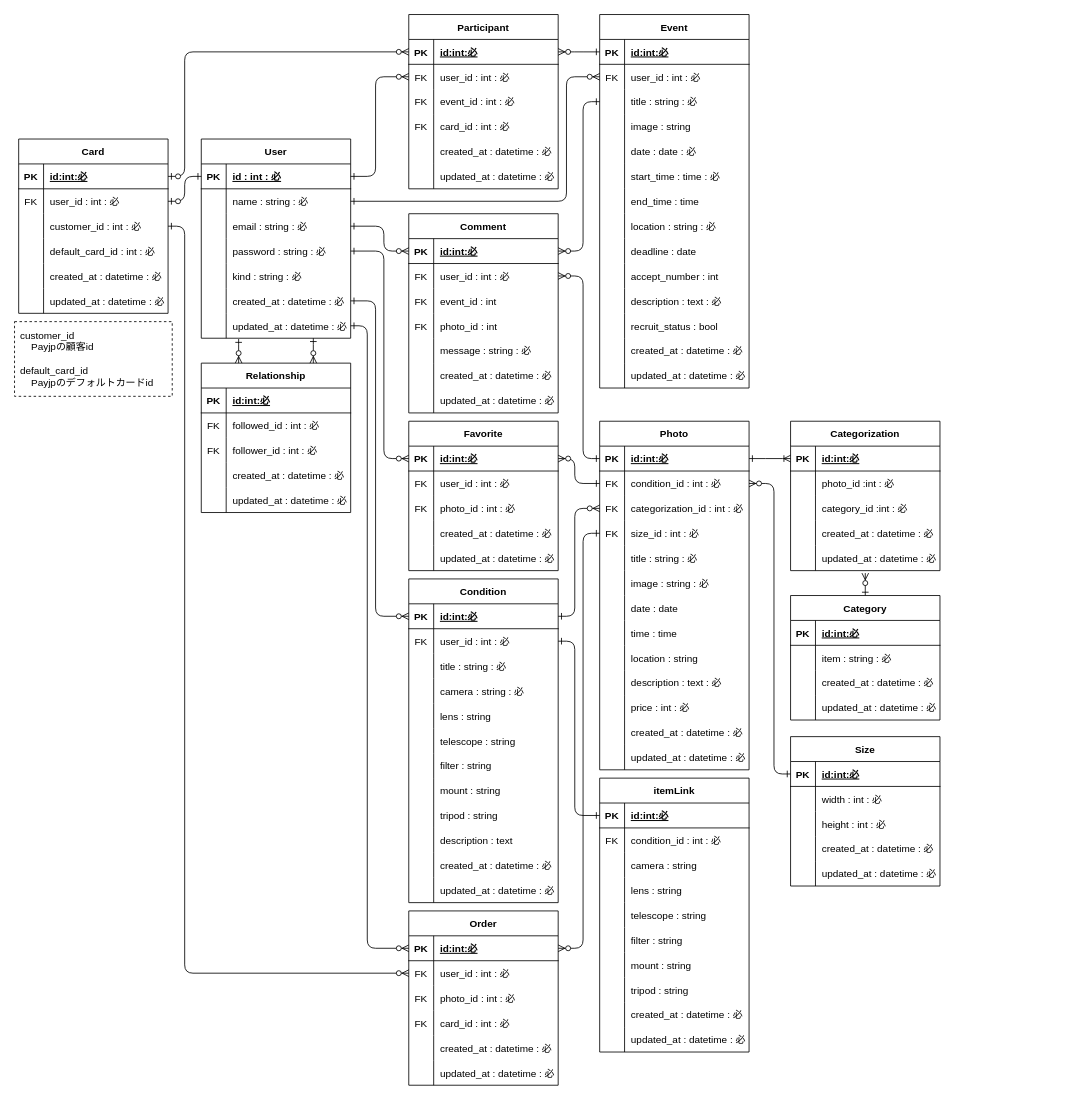
Earlier version of the draw.io diagram outline/ERchart.drawio (UtaSuzuki/astrogram). Source tidied: cells renumbered, new cells numbered last; positions are measured from the earlier drawing's top-left corner, leaving out a move shared by most shapes. Both pictures are drawn from the tidied source at 83%, with x=0, y=0 at pixel (14, 14).
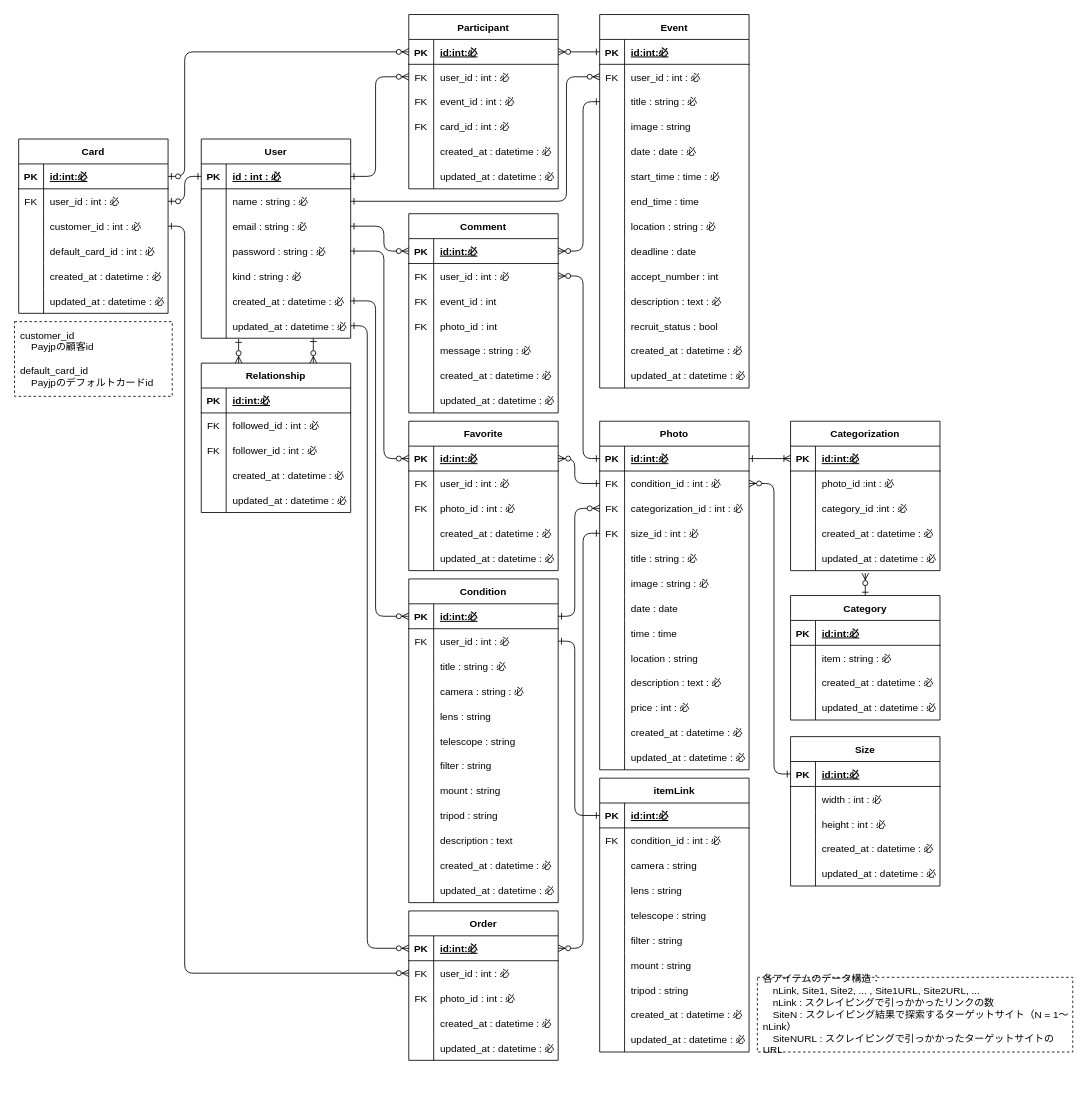
After the change.

What changed in the source:
```diff
@@
     <mxCell id="189" value="Order" style="shape=table;startSize=30;childLayout=tableLayout;rowLines=0;fontStyle=1;align=center;" parent="1" vertex="1">
-      <mxGeometry x="475" y="1080" width="180" height="210" as="geometry" />
+      <mxGeometry x="475" y="1080" width="180" height="180" as="geometry" />
     </mxCell>
@@
-    <mxCell id="199" style="shape=partialRectangle;fillColor=none;top=0;left=0;bottom=0;right=0;" parent="189" vertex="1">
-      <mxGeometry y="120" width="180" height="30" as="geometry" />
-    </mxCell>
-    <mxCell id="200" value="FK" style="shape=partialRectangle;fillColor=none;top=0;left=0;bottom=0;right=0;overflow=hidden;" parent="199" vertex="1">
-      <mxGeometry width="30" height="30" as="geometry" />
-    </mxCell>
-    <mxCell id="201" value="card_id : int : 必" style="shape=partialRectangle;fillColor=none;top=0;left=0;bottom=0;right=0;align=left;spacingLeft=6;overflow=hidden;" parent="199" vertex="1">
-      <mxGeometry x="30" width="150" height="30" as="geometry" />
-    </mxCell>
     <mxCell id="202" style="shape=partialRectangle;fillColor=none;top=0;left=0;bottom=0;right=0;" parent="189" vertex="1">
-      <mxGeometry y="150" width="180" height="30" as="geometry" />
+      <mxGeometry y="120" width="180" height="30" as="geometry" />
     </mxCell>
@@
     <mxCell id="205" style="shape=partialRectangle;fillColor=none;top=0;left=0;bottom=0;right=0;" parent="189" vertex="1">
-      <mxGeometry y="180" width="180" height="30" as="geometry" />
+      <mxGeometry y="150" width="180" height="30" as="geometry" />
     </mxCell>
@@
+    <mxCell id="353" value="各アイテムのデータ構造：&lt;br&gt;　nLink, Site1, Site2, ... , Site1URL, Site2URL, ...&lt;br&gt;　nLink : スクレイピングで引っかかったリンクの数&lt;br&gt;　SiteN : スクレイピング結果で探索するターゲットサイト（N = 1～nLink）&lt;br&gt;　SiteNURL : スクレイピングで引っかかったターゲットサイトのURL" style="rounded=0;whiteSpace=wrap;html=1;align=left;dashed=1;spacingLeft=5;" parent="1" vertex="1">
+      <mxGeometry x="895" y="1160" width="380" height="90" as="geometry" />
+    </mxCell>
```
